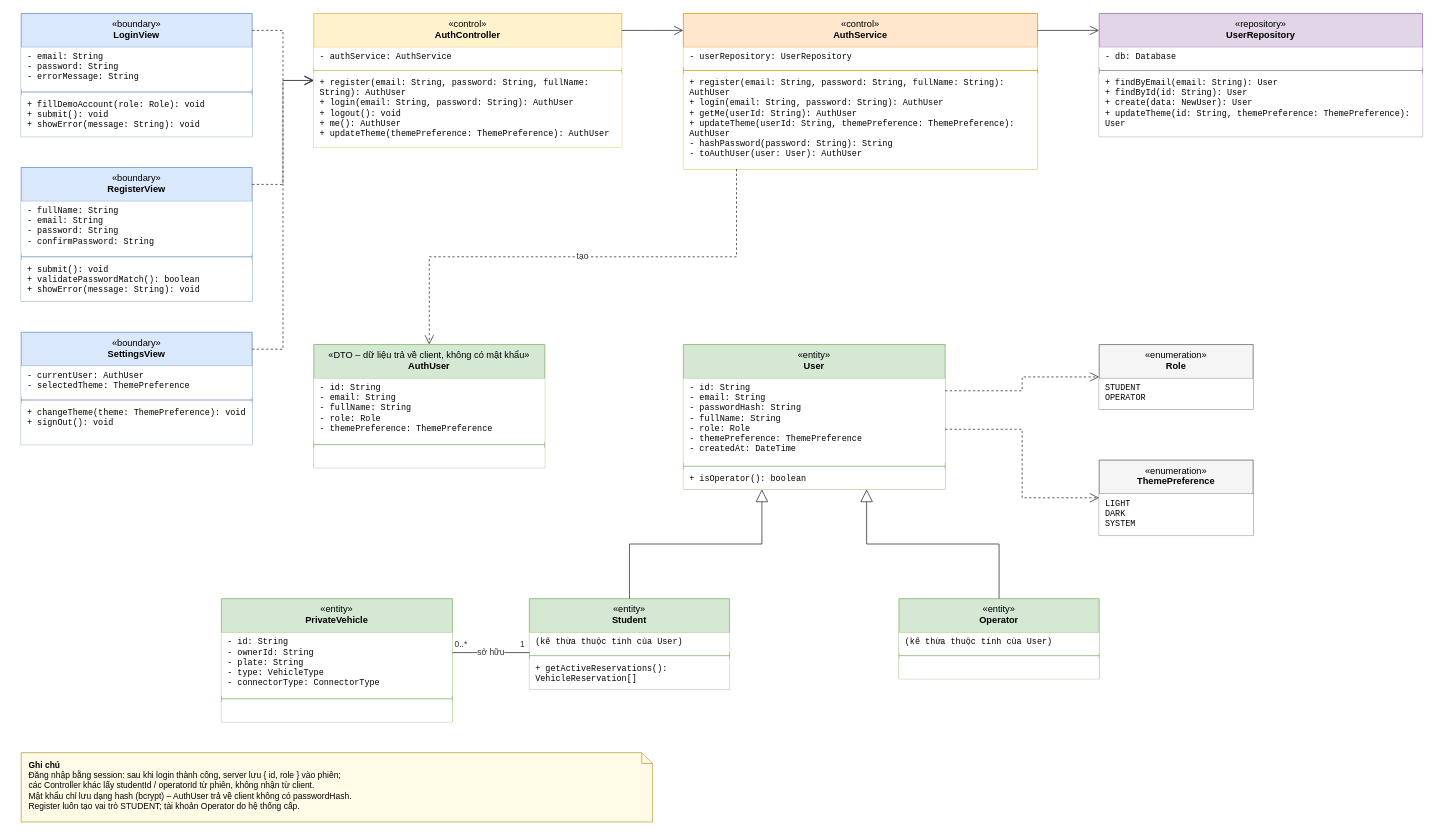
Before: page "Tai khoan" (1 of 2) of docs/submission-3/quangnhan/class-tai-khoan-do-xe.drawio in nhanbui304/smart-emobility-hub, a draw.io diagram. Source tidied: cells renumbered, new cells numbered last; positions are measured from the earlier drawing's top-left corner, leaving out a move shared by most shapes. Both pictures are drawn from the tidied source at 77%, with x=0, y=0 at pixel (21, 13).
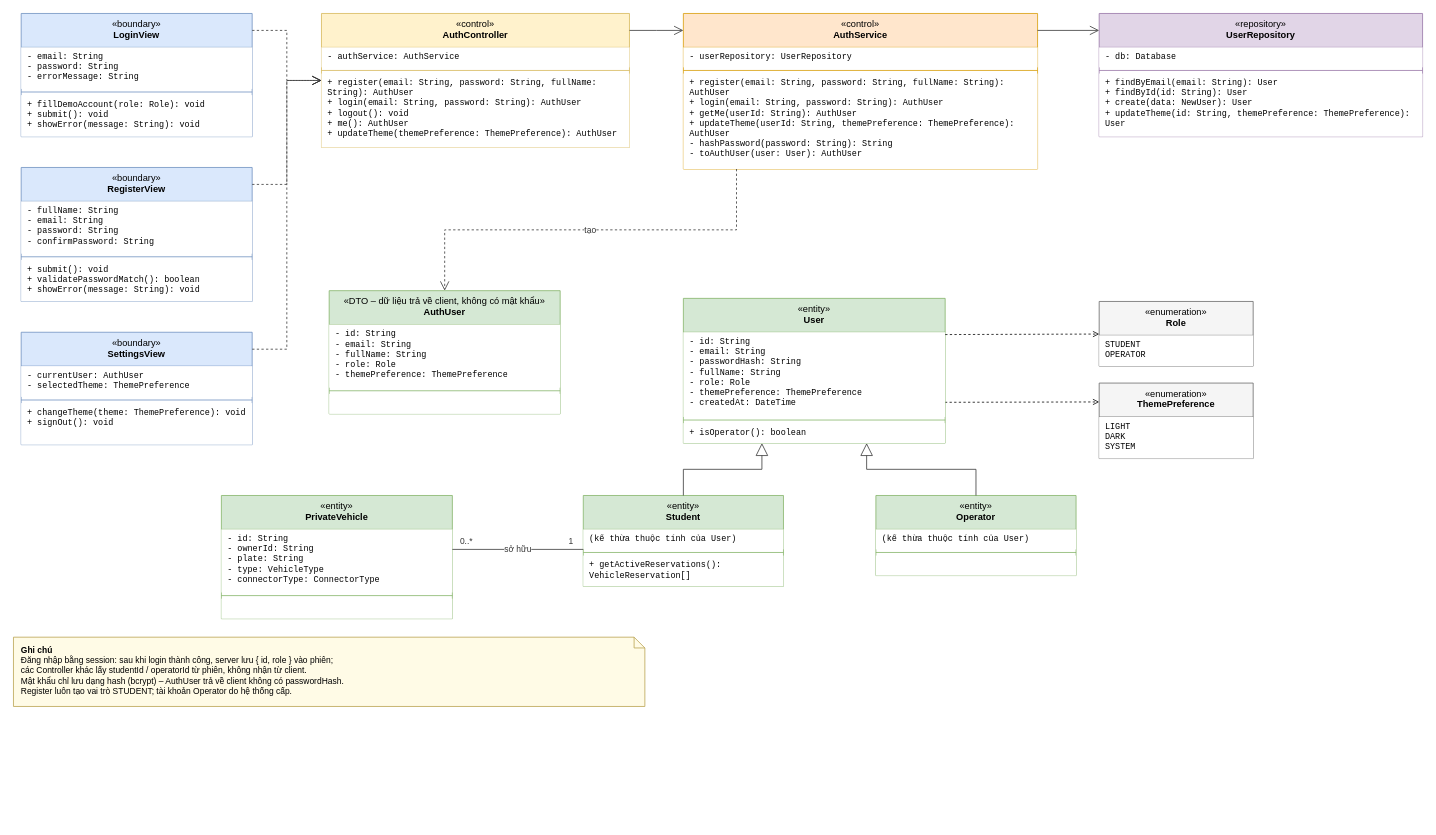
The same diagram, later.

The change refers to these unchanged cells:
```xml
<mxCell id="32" value="- id: String&lt;br&gt;- email: String&lt;br&gt;- passwordHash: String&lt;br&gt;- fullName: String&lt;br&gt;- role: Role&lt;br&gt;- themePreference: ThemePreference&lt;br&gt;- createdAt: DateTime" style="text;strokeColor=none;fillColor=#ffffff;align=left;verticalAlign=top;spacingLeft=6;spacingRight=4;overflow=hidden;points=[[0,0.5],[1,0.5]];portConstraint=eastwest;html=1;whiteSpace=wrap;fontFamily=Courier New;fontSize=11;" parent="31" vertex="1">
  <mxGeometry y="44" width="340" height="110" as="geometry" />
</mxCell>
```

Diff of the diagram source:
```diff
@@
     <mxCell id="14" value="«control»&lt;br&gt;&lt;b&gt;AuthController&lt;/b&gt;" style="swimlane;fontStyle=0;align=center;verticalAlign=top;horizontal=1;startSize=44;html=1;whiteSpace=wrap;fillColor=#fff2cc;strokeColor=#d6b656;fontSize=12;" parent="1" vertex="1">
-      <mxGeometry x="380" width="400" height="174" as="geometry" />
+      <mxGeometry x="390" width="400" height="174" as="geometry" />
     </mxCell>
@@
+    <mxCell id="64" style="edgeStyle=none;html=1;entryX=0;entryY=0.25;entryDx=0;entryDy=0;dashed=1;endArrow=open;endFill=0;exitX=0.999;exitY=0.827;exitDx=0;exitDy=0;exitPerimeter=0;" parent="1" edge="1" source="32" target="53">
+      <mxGeometry relative="1" as="geometry" />
+    </mxCell>
     <mxCell id="31" value="«entity»&lt;br&gt;&lt;b&gt;User&lt;/b&gt;" style="swimlane;fontStyle=0;align=center;verticalAlign=top;horizontal=1;startSize=44;html=1;whiteSpace=wrap;fillColor=#d5e8d4;strokeColor=#82b366;fontSize=12;" parent="1" vertex="1">
-      <mxGeometry x="860" y="430" width="340" height="188" as="geometry" />
+      <mxGeometry x="860" y="370" width="340" height="188" as="geometry" />
     </mxCell>
@@
     <mxCell id="35" value="«entity»&lt;br&gt;&lt;b&gt;Student&lt;/b&gt;" style="swimlane;fontStyle=0;align=center;verticalAlign=top;horizontal=1;startSize=44;html=1;whiteSpace=wrap;fillColor=#d5e8d4;strokeColor=#82b366;fontSize=12;" parent="1" vertex="1">
-      <mxGeometry x="660" y="760" width="260" height="118" as="geometry" />
+      <mxGeometry x="730" y="626" width="260" height="118" as="geometry" />
     </mxCell>
@@
     <mxCell id="39" value="«entity»&lt;br&gt;&lt;b&gt;Operator&lt;/b&gt;" style="swimlane;fontStyle=0;align=center;verticalAlign=top;horizontal=1;startSize=44;html=1;whiteSpace=wrap;fillColor=#d5e8d4;strokeColor=#82b366;fontSize=12;" parent="1" vertex="1">
-      <mxGeometry x="1140" y="760" width="260" height="104" as="geometry" />
+      <mxGeometry x="1110" y="626" width="260" height="104" as="geometry" />
     </mxCell>
@@
     <mxCell id="43" value="«entity»&lt;br&gt;&lt;b&gt;PrivateVehicle&lt;/b&gt;" style="swimlane;fontStyle=0;align=center;verticalAlign=top;horizontal=1;startSize=44;html=1;whiteSpace=wrap;fillColor=#d5e8d4;strokeColor=#82b366;fontSize=12;" parent="1" vertex="1">
-      <mxGeometry x="260" y="760" width="300" height="160" as="geometry" />
+      <mxGeometry x="260" y="626" width="300" height="160" as="geometry" />
     </mxCell>
@@
     <mxCell id="47" value="«DTO – dữ liệu trả về client, không có mật khẩu»&lt;br&gt;&lt;b&gt;AuthUser&lt;/b&gt;" style="swimlane;fontStyle=0;align=center;verticalAlign=top;horizontal=1;startSize=44;html=1;whiteSpace=wrap;fillColor=#d5e8d4;strokeColor=#82b366;fontSize=12;" parent="1" vertex="1">
-      <mxGeometry x="380" y="430" width="300" height="160" as="geometry" />
+      <mxGeometry x="400" y="360" width="300" height="160" as="geometry" />
     </mxCell>
@@
     <mxCell id="51" value="«enumeration»&lt;br&gt;&lt;b&gt;Role&lt;/b&gt;" style="swimlane;fontStyle=0;align=center;verticalAlign=top;horizontal=1;startSize=44;html=1;whiteSpace=wrap;fillColor=#f5f5f5;strokeColor=#666666;fontSize=12;" parent="1" vertex="1">
-      <mxGeometry x="1400" y="430" width="200" height="84" as="geometry" />
+      <mxGeometry x="1400" y="374" width="200" height="84" as="geometry" />
     </mxCell>
@@
     <mxCell id="53" value="«enumeration»&lt;br&gt;&lt;b&gt;ThemePreference&lt;/b&gt;" style="swimlane;fontStyle=0;align=center;verticalAlign=top;horizontal=1;startSize=44;html=1;whiteSpace=wrap;fillColor=#f5f5f5;strokeColor=#666666;fontSize=12;" parent="1" vertex="1">
-      <mxGeometry x="1400" y="580" width="200" height="98" as="geometry" />
+      <mxGeometry x="1400" y="480" width="200" height="98" as="geometry" />
     </mxCell>
@@
-    <mxCell id="60" style="endArrow=open;endSize=10;dashed=1;html=1;rounded=0;edgeStyle=orthogonalEdgeStyle;fontSize=11;strokeColor=#333333;fontColor=#333333;labelBackgroundColor=#ffffff;exitX=1;exitY=0;exitDy=60;entryX=0;entryY=0.5;" parent="1" edge="1" source="31" target="51">
-      <mxGeometry relative="1" as="geometry" />
-    </mxCell>
-    <mxCell id="61" style="endArrow=open;endSize=10;dashed=1;html=1;rounded=0;edgeStyle=orthogonalEdgeStyle;fontSize=11;strokeColor=#333333;fontColor=#333333;labelBackgroundColor=#ffffff;exitX=1;exitY=0;exitDy=110;entryX=0;entryY=0.5;" parent="1" edge="1" source="31" target="53">
-      <mxGeometry relative="1" as="geometry" />
-    </mxCell>
@@
     <mxCell id="63" value="&lt;b&gt;Ghi chú&lt;/b&gt;&lt;br&gt;Đăng nhập bằng session: sau khi login thành công, server lưu { id, role } vào phiên;&lt;br&gt;các Controller khác lấy studentId / operatorId từ phiên, không nhận từ client.&lt;br&gt;Mật khẩu chỉ lưu dạng hash (bcrypt) – AuthUser trả về client không có passwordHash.&lt;br&gt;Register luôn tạo vai trò STUDENT; tài khoản Operator do hệ thống cấp." style="shape=note;whiteSpace=wrap;html=1;size=14;align=left;verticalAlign=top;spacingLeft=8;spacingTop=4;fillColor=#fffbe6;strokeColor=#b8a24f;fontSize=11;" parent="1" vertex="1">
-      <mxGeometry y="960" width="820" height="90" as="geometry" />
+      <mxGeometry x="-10" y="810" width="820" height="90" as="geometry" />
     </mxCell>
+    <mxCell id="60" style="edgeStyle=none;html=1;dashed=1;endArrow=open;endFill=0;exitX=1;exitY=0.25;exitDx=0;exitDy=0;" parent="1" edge="1" source="31" target="51">
+      <mxGeometry relative="1" as="geometry" />
+    </mxCell>
```
